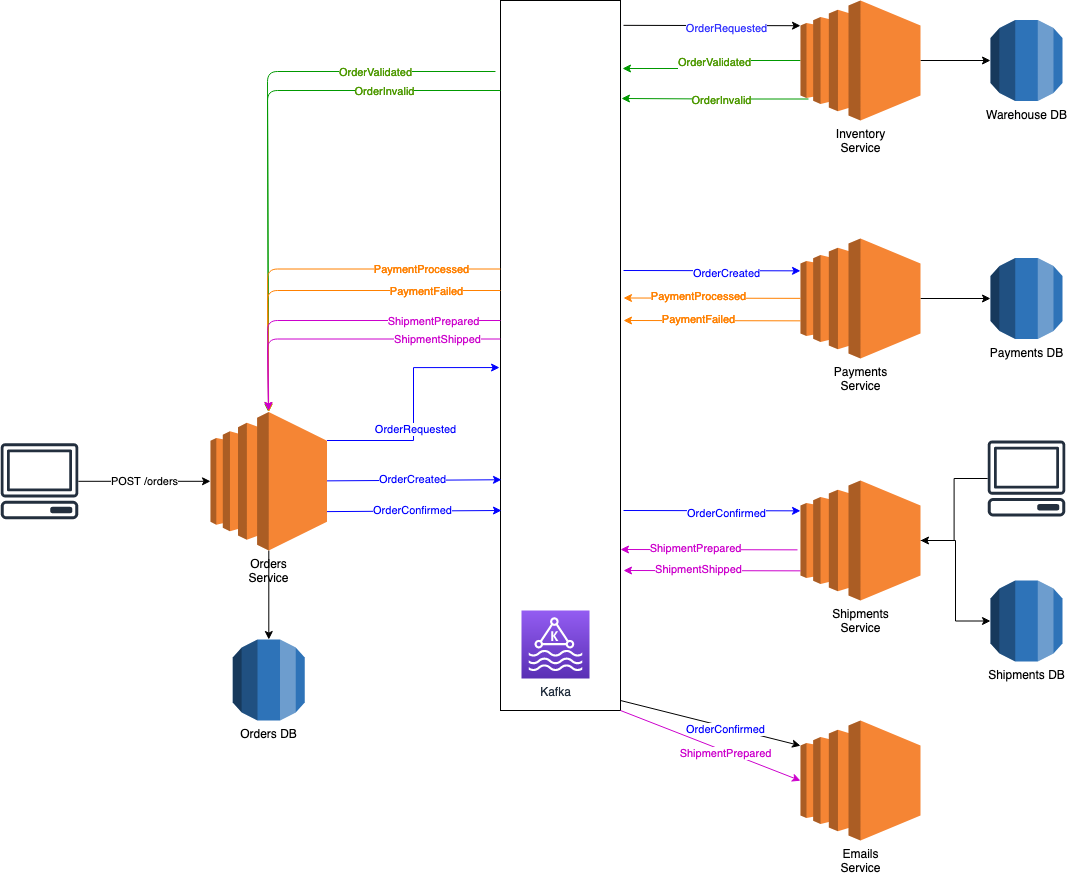
This is v1/ArchitectureFlow.png from arconsis/Eshop-EDA, a draw.io export, as it was before one commit. Source tidied: cells renumbered, new cells last; positions are measured from the earlier drawing's top-left corner, leaving out a move shared by most shapes.
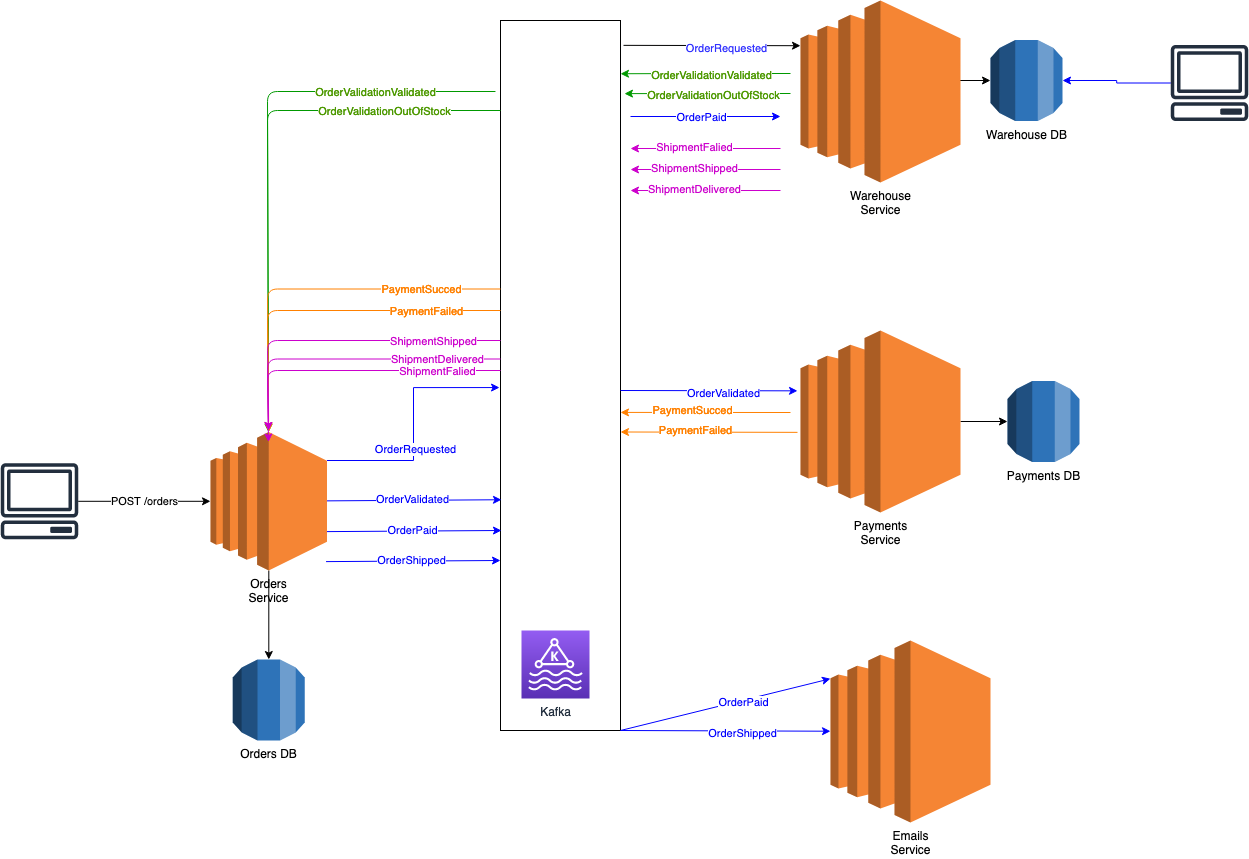
The same file after the commit.

Commit message:
EDA-0: improve uml diagram for v1

What changed in the source:
```diff
@@ -36,16 +36,7 @@
     </mxCell>
-    <mxCell id="11" style="edgeStyle=orthogonalEdgeStyle;rounded=0;jettySize=auto;html=1;" parent="1" edge="1" source="14" target="15">
-      <mxGeometry relative="1" as="geometry" />
+    <mxCell id="11" style="edgeStyle=orthogonalEdgeStyle;rounded=0;jettySize=auto;html=1;" parent="1" edge="1" target="15">
+      <mxGeometry relative="1" as="geometry">
+        <mxPoint x="920" y="60" as="sourcePoint" />
+      </mxGeometry>
     </mxCell>
-    <mxCell id="12" style="edgeStyle=orthogonalEdgeStyle;rounded=0;jettySize=auto;html=1;strokeColor=#009900;" parent="1" edge="1" source="14">
-      <mxGeometry relative="1" as="geometry">
-        <mxPoint x="622" y="68" as="targetPoint" />
-      </mxGeometry>
-    </mxCell>
-    <mxCell id="13" value="&lt;font color=&quot;#4D9900&quot;&gt;OrderValidated&lt;/font&gt;" style="edgeLabel;html=1;align=center;verticalAlign=middle;" parent="12" vertex="1">
-      <mxGeometry x="-0.06" y="1" relative="1" as="geometry" />
-    </mxCell>
-    <mxCell id="14" value="Inventory&lt;br&gt;Service" style="outlineConnect=0;dashed=0;verticalLabelPosition=bottom;verticalAlign=top;align=center;html=1;shape=mxgraph.aws3.ec2;fillColor=#F58534;gradientColor=none;" parent="1" vertex="1">
-      <mxGeometry x="800" width="120" height="120" as="geometry" />
-    </mxCell>
     <mxCell id="15" value="&lt;div&gt;Warehouse DB&lt;br&gt;&lt;/div&gt;&lt;div&gt;&lt;br&gt;&lt;/div&gt;" style="outlineConnect=0;dashed=0;verticalLabelPosition=bottom;verticalAlign=top;align=center;html=1;shape=mxgraph.aws3.rds;fillColor=#2E73B8;gradientColor=none;" parent="1" vertex="1">
@@ -53,4 +44,6 @@
     </mxCell>
-    <mxCell id="16" style="endArrow=classic;html=1;entryX=0;entryY=0.21;entryDx=0;entryDy=0;entryPerimeter=0;exitX=1.025;exitY=0.035;exitDx=0;exitDy=0;exitPerimeter=0;" parent="1" edge="1" source="4" target="14">
-      <mxGeometry relative="1" as="geometry" />
+    <mxCell id="16" style="endArrow=classic;html=1;entryX=0;entryY=0.21;entryDx=0;entryDy=0;entryPerimeter=0;exitX=1.025;exitY=0.035;exitDx=0;exitDy=0;exitPerimeter=0;" parent="1" edge="1" source="4">
+      <mxGeometry relative="1" as="geometry">
+        <mxPoint x="800" y="25.2" as="targetPoint" />
+      </mxGeometry>
     </mxCell>
@@ -59,8 +52,12 @@
     </mxCell>
-    <mxCell id="18" style="edgeStyle=orthogonalEdgeStyle;rounded=0;jettySize=auto;html=1;entryX=1.008;entryY=0.138;entryDx=0;entryDy=0;entryPerimeter=0;strokeColor=#009900;" parent="1" edge="1" target="4">
+    <mxCell id="18" style="edgeStyle=orthogonalEdgeStyle;rounded=0;jettySize=auto;html=1;entryX=1.033;entryY=0.103;entryDx=0;entryDy=0;entryPerimeter=0;strokeColor=#009900;" parent="1" edge="1" target="4">
       <mxGeometry relative="1" as="geometry">
-        <mxPoint x="808" y="98.5" as="sourcePoint" />
+        <mxPoint x="790" y="73" as="sourcePoint" />
+        <Array as="points">
+          <mxPoint x="760" y="73" />
+          <mxPoint x="760" y="73" />
+        </Array>
       </mxGeometry>
     </mxCell>
-    <mxCell id="19" value="&lt;font color=&quot;#4D9900&quot;&gt;OrderInvalid&lt;/font&gt;" style="edgeLabel;html=1;align=center;verticalAlign=middle;" parent="18" vertex="1">
+    <mxCell id="19" value="&lt;font color=&quot;#4D9900&quot;&gt;OrderValidationOutOfStock&lt;/font&gt;" style="edgeLabel;html=1;align=center;verticalAlign=middle;" parent="18" vertex="1">
       <mxGeometry x="-0.06" y="1" relative="1" as="geometry" />
@@ -74,3 +71,3 @@
     </mxCell>
-    <mxCell id="21" value="&lt;div&gt;&lt;font color=&quot;#4D9900&quot;&gt;OrderValidated&lt;br&gt;&lt;/font&gt;&lt;/div&gt;&lt;div&gt;&lt;/div&gt;" style="edgeLabel;html=1;align=center;verticalAlign=middle;" parent="20" vertex="1">
+    <mxCell id="21" value="&lt;font color=&quot;#4D9900&quot;&gt;OrderValidationValidated&lt;/font&gt;" style="edgeLabel;html=1;align=center;verticalAlign=middle;" parent="20" vertex="1">
       <mxGeometry x="-0.58" relative="1" as="geometry" />
@@ -85,3 +82,3 @@
     </mxCell>
-    <mxCell id="23" value="&lt;div&gt;&lt;font color=&quot;#4D9900&quot;&gt;OrderInvalid&lt;/font&gt;&lt;br&gt;&lt;/div&gt;&lt;div&gt;&lt;/div&gt;" style="edgeLabel;html=1;align=center;verticalAlign=middle;" parent="22" vertex="1">
+    <mxCell id="23" value="&lt;font color=&quot;#4D9900&quot;&gt;OrderValidationOutOfStock&lt;/font&gt;" style="edgeLabel;html=1;align=center;verticalAlign=middle;" parent="22" vertex="1">
       <mxGeometry x="-0.58" relative="1" as="geometry" />
@@ -92,13 +89,4 @@
     <mxCell id="25" value="Payments&lt;br&gt;Service" style="outlineConnect=0;dashed=0;verticalLabelPosition=bottom;verticalAlign=top;align=center;html=1;shape=mxgraph.aws3.ec2;fillColor=#F58534;gradientColor=none;" parent="1" vertex="1">
-      <mxGeometry x="800" y="238" width="120" height="120" as="geometry" />
+      <mxGeometry x="800" y="310" width="160" height="182" as="geometry" />
     </mxCell>
-    <mxCell id="26" style="edgeStyle=orthogonalEdgeStyle;rounded=0;jettySize=auto;html=1;" parent="1" edge="1" source="27" target="44">
-      <mxGeometry relative="1" as="geometry" />
-    </mxCell>
-    <mxCell id="27" value="Shipments&lt;br&gt;&lt;div&gt;Service&lt;/div&gt;&lt;div&gt;&lt;br&gt;&lt;/div&gt;" style="outlineConnect=0;dashed=0;verticalLabelPosition=bottom;verticalAlign=top;align=center;html=1;shape=mxgraph.aws3.ec2;fillColor=#F58534;gradientColor=none;" parent="1" vertex="1">
-      <mxGeometry x="800" y="480" width="120" height="120" as="geometry" />
-    </mxCell>
-    <mxCell id="28" value="Emails&lt;br&gt;Service" style="outlineConnect=0;dashed=0;verticalLabelPosition=bottom;verticalAlign=top;align=center;html=1;shape=mxgraph.aws3.ec2;fillColor=#F58534;gradientColor=none;" parent="1" vertex="1">
-      <mxGeometry x="800" y="720" width="120" height="120" as="geometry" />
-    </mxCell>
     <mxCell id="29" style="endArrow=classic;html=1;entryX=0.008;entryY=0.675;entryDx=0;entryDy=0;entryPerimeter=0;strokeColor=#0000FF;" parent="1" edge="1" source="9" target="4">
@@ -106,3 +94,3 @@
     </mxCell>
-    <mxCell id="30" value="&lt;font color=&quot;#0000FF&quot;&gt;OrderCreated&lt;/font&gt;" style="edgeLabel;html=1;align=center;verticalAlign=middle;" parent="29" vertex="1">
+    <mxCell id="30" value="&lt;font color=&quot;#0000FF&quot;&gt;OrderValidated&lt;/font&gt;" style="edgeLabel;html=1;align=center;verticalAlign=middle;" parent="29" vertex="1">
       <mxGeometry x="-0.03" y="1" relative="1" as="geometry" />
@@ -111,16 +99,15 @@
       <mxGeometry relative="1" as="geometry">
-        <mxPoint x="623" y="270" as="sourcePoint" />
-        <mxPoint x="800" y="270.4" as="targetPoint" />
+        <mxPoint x="620" y="370" as="sourcePoint" />
+        <mxPoint x="797" y="370.4" as="targetPoint" />
       </mxGeometry>
     </mxCell>
-    <mxCell id="32" value="&lt;font color=&quot;#0000FF&quot;&gt;OrderCreated&lt;/font&gt;" style="edgeLabel;html=1;align=center;verticalAlign=middle;" parent="31" vertex="1">
+    <mxCell id="32" value="&lt;font color=&quot;#0000FF&quot;&gt;OrderValidated&lt;/font&gt;" style="edgeLabel;html=1;align=center;verticalAlign=middle;" parent="31" vertex="1">
       <mxGeometry x="0.17" y="-2" relative="1" as="geometry" />
     </mxCell>
-    <mxCell id="33" style="endArrow=classic;html=1;entryX=0;entryY=0.21;entryDx=0;entryDy=0;entryPerimeter=0;exitX=1.025;exitY=0.035;exitDx=0;exitDy=0;exitPerimeter=0;strokeColor=#FF8000;" parent="1" edge="1">
+    <mxCell id="33" style="endArrow=classic;html=1;entryX=1;entryY=0.552;entryDx=0;entryDy=0;entryPerimeter=0;strokeColor=#FF8000;" parent="1" edge="1" target="4">
       <mxGeometry relative="1" as="geometry">
-        <mxPoint x="800" y="297.9" as="sourcePoint" />
-        <mxPoint x="623" y="297.5" as="targetPoint" />
+        <mxPoint x="790" y="392" as="sourcePoint" />
       </mxGeometry>
     </mxCell>
-    <mxCell id="34" value="&lt;font color=&quot;#FF8000&quot;&gt;PaymentProcessed&lt;/font&gt;" style="edgeLabel;html=1;align=center;verticalAlign=middle;" parent="33" vertex="1">
+    <mxCell id="34" value="&lt;font color=&quot;#FF8000&quot;&gt;PaymentSucced&lt;/font&gt;" style="edgeLabel;html=1;align=center;verticalAlign=middle;" parent="33" vertex="1">
       <mxGeometry x="0.17" y="-2" relative="1" as="geometry" />
@@ -129,4 +116,4 @@
       <mxGeometry relative="1" as="geometry">
-        <mxPoint x="800" y="320.4" as="sourcePoint" />
-        <mxPoint x="623" y="320" as="targetPoint" />
+        <mxPoint x="797" y="411.9" as="sourcePoint" />
+        <mxPoint x="620" y="411.5" as="targetPoint" />
       </mxGeometry>
@@ -144,3 +131,3 @@
     </mxCell>
-    <mxCell id="38" value="&lt;font color=&quot;#FF8000&quot;&gt;PaymentProcessed&lt;/font&gt;" style="edgeLabel;html=1;align=center;verticalAlign=middle;" parent="37" vertex="1">
+    <mxCell id="38" value="&lt;font color=&quot;#FF8000&quot;&gt;PaymentSucced&lt;/font&gt;" style="edgeLabel;html=1;align=center;verticalAlign=middle;" parent="37" vertex="1">
       <mxGeometry x="-0.58" relative="1" as="geometry" />
@@ -165,3 +152,3 @@
     </mxCell>
-    <mxCell id="42" value="&lt;font color=&quot;#0000FF&quot;&gt;OrderConfirmed&lt;/font&gt;" style="edgeLabel;html=1;align=center;verticalAlign=middle;" parent="41" vertex="1">
+    <mxCell id="42" value="&lt;font color=&quot;#0000FF&quot;&gt;OrderPaid&lt;/font&gt;" style="edgeLabel;html=1;align=center;verticalAlign=middle;" parent="41" vertex="1">
       <mxGeometry x="-0.03" y="1" relative="1" as="geometry" />
@@ -169,31 +156,33 @@
     <mxCell id="43" value="Payments DB" style="outlineConnect=0;dashed=0;verticalLabelPosition=bottom;verticalAlign=top;align=center;html=1;shape=mxgraph.aws3.rds;fillColor=#2E73B8;gradientColor=none;" parent="1" vertex="1">
-      <mxGeometry x="990" y="257.5" width="72" height="81" as="geometry" />
+      <mxGeometry x="1007" y="360.5" width="72" height="81" as="geometry" />
     </mxCell>
-    <mxCell id="44" value="Shipments DB" style="outlineConnect=0;dashed=0;verticalLabelPosition=bottom;verticalAlign=top;align=center;html=1;shape=mxgraph.aws3.rds;fillColor=#2E73B8;gradientColor=none;" parent="1" vertex="1">
-      <mxGeometry x="990" y="580" width="72" height="81" as="geometry" />
-    </mxCell>
-    <mxCell id="45" style="endArrow=classic;html=1;entryX=0;entryY=0.21;entryDx=0;entryDy=0;entryPerimeter=0;exitX=1.025;exitY=0.035;exitDx=0;exitDy=0;exitPerimeter=0;strokeColor=#0000FF;" parent="1" edge="1">
+    <mxCell id="45" style="endArrow=classic;html=1;strokeColor=#0000FF;" parent="1" edge="1">
       <mxGeometry relative="1" as="geometry">
-        <mxPoint x="623" y="510" as="sourcePoint" />
-        <mxPoint x="800" y="510.4" as="targetPoint" />
+        <mxPoint x="630" y="96" as="sourcePoint" />
+        <mxPoint x="780" y="96" as="targetPoint" />
+        <Array as="points">
+          <mxPoint x="710" y="96" />
+        </Array>
       </mxGeometry>
     </mxCell>
-    <mxCell id="46" value="&lt;font color=&quot;#0000FF&quot;&gt;OrderConfirmed&lt;/font&gt;" style="edgeLabel;html=1;align=center;verticalAlign=middle;" parent="45" vertex="1">
-      <mxGeometry x="0.17" y="-2" relative="1" as="geometry" />
+    <mxCell id="46" value="&lt;font color=&quot;#0000FF&quot;&gt;OrderPaid&lt;/font&gt;" style="edgeLabel;html=1;align=center;verticalAlign=middle;" parent="45" vertex="1">
+      <mxGeometry x="0.17" y="-2" relative="1" as="geometry">
+        <mxPoint x="-17" y="-2" as="offset" />
+      </mxGeometry>
     </mxCell>
-    <mxCell id="47" style="endArrow=classic;html=1;entryX=0;entryY=0.21;entryDx=0;entryDy=0;entryPerimeter=0;exitX=1.025;exitY=0.035;exitDx=0;exitDy=0;exitPerimeter=0;" parent="1" edge="1" target="28">
+    <mxCell id="47" style="endArrow=classic;html=1;entryX=0;entryY=0.21;entryDx=0;entryDy=0;entryPerimeter=0;exitX=1.025;exitY=0.035;exitDx=0;exitDy=0;exitPerimeter=0;strokeColor=#0000FF;" parent="1" edge="1" target="28">
       <mxGeometry relative="1" as="geometry">
-        <mxPoint x="620" y="700" as="sourcePoint" />
+        <mxPoint x="620" y="710" as="sourcePoint" />
       </mxGeometry>
     </mxCell>
-    <mxCell id="48" value="&lt;font color=&quot;#0000FF&quot;&gt;OrderConfirmed&lt;/font&gt;" style="edgeLabel;html=1;align=center;verticalAlign=middle;" parent="47" vertex="1">
+    <mxCell id="48" value="&lt;font color=&quot;#0000FF&quot;&gt;OrderPaid&lt;/font&gt;" style="edgeLabel;html=1;align=center;verticalAlign=middle;" parent="47" vertex="1">
       <mxGeometry x="0.17" y="-2" relative="1" as="geometry" />
     </mxCell>
-    <mxCell id="49" style="endArrow=classic;html=1;entryX=0;entryY=0.21;entryDx=0;entryDy=0;entryPerimeter=0;exitX=1.025;exitY=0.035;exitDx=0;exitDy=0;exitPerimeter=0;strokeColor=#CC00CC;" parent="1" edge="1">
+    <mxCell id="49" style="endArrow=classic;html=1;strokeColor=#CC00CC;" parent="1" edge="1">
       <mxGeometry relative="1" as="geometry">
-        <mxPoint x="797" y="549.4" as="sourcePoint" />
-        <mxPoint x="620" y="549" as="targetPoint" />
+        <mxPoint x="780" y="128" as="sourcePoint" />
+        <mxPoint x="630" y="128" as="targetPoint" />
       </mxGeometry>
     </mxCell>
-    <mxCell id="50" value="&lt;font color=&quot;#CC00CC&quot;&gt;ShipmentPrepared&lt;/font&gt;" style="edgeLabel;html=1;align=center;verticalAlign=middle;" parent="49" vertex="1">
+    <mxCell id="50" value="&lt;div&gt;&lt;font color=&quot;#CC00CC&quot;&gt;ShipmentFalied&lt;/font&gt;&lt;/div&gt;" style="edgeLabel;html=1;align=center;verticalAlign=middle;" parent="49" vertex="1">
       <mxGeometry x="0.17" y="-2" relative="1" as="geometry" />
@@ -209,17 +198,15 @@
     </mxCell>
-    <mxCell id="52" value="&lt;font color=&quot;#CC00CC&quot;&gt;ShipmentPrepared&lt;/font&gt;" style="edgeLabel;html=1;align=center;verticalAlign=middle;" parent="51" vertex="1">
+    <mxCell id="52" value="&lt;font color=&quot;#CC00CC&quot;&gt;ShipmentShipped&lt;/font&gt;" style="edgeLabel;html=1;align=center;verticalAlign=middle;" parent="51" vertex="1">
       <mxGeometry x="-0.58" relative="1" as="geometry" />
     </mxCell>
-    <mxCell id="53" style="endArrow=classic;html=1;entryX=0;entryY=0.21;entryDx=0;entryDy=0;entryPerimeter=0;exitX=1;exitY=1;exitDx=0;exitDy=0;strokeColor=#CC00CC;" parent="1" edge="1" source="4">
-      <mxGeometry relative="1" as="geometry">
-        <mxPoint x="800" y="780.2" as="targetPoint" />
-      </mxGeometry>
+    <mxCell id="53" style="endArrow=classic;html=1;exitX=1;exitY=1;exitDx=0;exitDy=0;strokeColor=#0000FF;" parent="1" edge="1" source="4" target="28">
+      <mxGeometry relative="1" as="geometry" />
     </mxCell>
-    <mxCell id="54" value="&lt;font color=&quot;#CC00CC&quot;&gt;ShipmentPrepared&lt;/font&gt;" style="edgeLabel;html=1;align=center;verticalAlign=middle;" parent="53" vertex="1">
+    <mxCell id="54" value="&lt;font color=&quot;#0000FF&quot;&gt;OrderShipped&lt;/font&gt;" style="edgeLabel;html=1;align=center;verticalAlign=middle;" parent="53" vertex="1">
       <mxGeometry x="0.17" y="-2" relative="1" as="geometry" />
     </mxCell>
-    <mxCell id="55" style="endArrow=classic;html=1;entryX=0;entryY=0.21;entryDx=0;entryDy=0;entryPerimeter=0;exitX=1.025;exitY=0.035;exitDx=0;exitDy=0;exitPerimeter=0;strokeColor=#CC00CC;" parent="1" edge="1">
+    <mxCell id="55" style="endArrow=classic;html=1;strokeColor=#CC00CC;" parent="1" edge="1">
       <mxGeometry relative="1" as="geometry">
-        <mxPoint x="800" y="570.4" as="sourcePoint" />
-        <mxPoint x="623" y="570" as="targetPoint" />
+        <mxPoint x="780" y="149" as="sourcePoint" />
+        <mxPoint x="630" y="149" as="targetPoint" />
       </mxGeometry>
@@ -238,10 +225,10 @@
     </mxCell>
-    <mxCell id="58" value="&lt;font color=&quot;#CC00CC&quot;&gt;ShipmentShipped&lt;/font&gt;" style="edgeLabel;html=1;align=center;verticalAlign=middle;" parent="57" vertex="1">
+    <mxCell id="58" value="&lt;font color=&quot;#CC00CC&quot;&gt;ShipmentDelivered&lt;/font&gt;" style="edgeLabel;html=1;align=center;verticalAlign=middle;" parent="57" vertex="1">
       <mxGeometry x="-0.58" relative="1" as="geometry" />
     </mxCell>
-    <mxCell id="59" style="edgeStyle=orthogonalEdgeStyle;rounded=0;jettySize=auto;html=1;" parent="1" edge="1" source="60" target="27">
-      <mxGeometry relative="1" as="geometry" />
-    </mxCell>
+    <mxCell id="62" style="edgeStyle=orthogonalEdgeStyle;rounded=0;jettySize=auto;html=1;strokeColor=#0000FF;" parent="1" edge="1" source="60" target="15">
+      <mxGeometry relative="1" as="geometry" />
+    </mxCell>
     <mxCell id="60" style="outlineConnect=0;fontColor=#232F3E;gradientColor=none;fillColor=#232F3E;strokeColor=none;dashed=0;verticalLabelPosition=bottom;verticalAlign=top;align=center;html=1;fontSize=12;fontStyle=0;shape=mxgraph.aws4.client;" parent="1" vertex="1">
-      <mxGeometry x="987" y="440" width="78" height="76" as="geometry" />
+      <mxGeometry x="1170" y="24.5" width="78" height="76" as="geometry" />
     </mxCell>
@@ -250,2 +237,46 @@
     </mxCell>
+    <mxCell id="28" value="Emails&lt;br&gt;Service" style="outlineConnect=0;dashed=0;verticalLabelPosition=bottom;verticalAlign=top;align=center;html=1;shape=mxgraph.aws3.ec2;fillColor=#F58534;gradientColor=none;" parent="1" vertex="1">
+      <mxGeometry x="830" y="620" width="160" height="182" as="geometry" />
+    </mxCell>
+    <mxCell id="63" value="Warehouse&lt;br&gt;Service" style="dashed=0;verticalLabelPosition=bottom;verticalAlign=top;align=center;html=1;shape=mxgraph.aws3.ec2;fillColor=#F58534;gradientColor=none;" parent="1" vertex="1">
+      <mxGeometry x="800" y="-20" width="160" height="182" as="geometry" />
+    </mxCell>
+    <mxCell id="64" style="edgeStyle=orthogonalEdgeStyle;rounded=0;jettySize=auto;html=1;strokeColor=#009900;entryX=1;entryY=0.075;entryDx=0;entryDy=0;entryPerimeter=0;" parent="1" edge="1" target="4">
+      <mxGeometry relative="1" as="geometry">
+        <mxPoint x="790" y="53" as="sourcePoint" />
+      </mxGeometry>
+    </mxCell>
+    <mxCell id="65" value="&lt;font color=&quot;#4D9900&quot;&gt;OrderValidationValidated&lt;/font&gt;" style="edgeLabel;html=1;align=center;verticalAlign=middle;" parent="64" vertex="1">
+      <mxGeometry x="-0.06" y="1" relative="1" as="geometry" />
+    </mxCell>
+    <mxCell id="66" style="endArrow=classic;html=1;strokeColor=#CC00CC;" parent="1" edge="1">
+      <mxGeometry relative="1" as="geometry">
+        <mxPoint x="780" y="170" as="sourcePoint" />
+        <mxPoint x="630" y="170" as="targetPoint" />
+      </mxGeometry>
+    </mxCell>
+    <mxCell id="67" value="&lt;font color=&quot;#CC00CC&quot;&gt;ShipmentDelivered&lt;/font&gt;" style="edgeLabel;html=1;align=center;verticalAlign=middle;" parent="66" vertex="1">
+      <mxGeometry x="0.17" y="-2" relative="1" as="geometry" />
+    </mxCell>
+    <mxCell id="68" style="endArrow=classic;html=1;exitX=-0.042;exitY=0.1;exitDx=0;exitDy=0;exitPerimeter=0;strokeColor=#CC00CC;" parent="1" edge="1">
+      <mxGeometry relative="1" as="geometry">
+        <mxPoint x="500" y="350" as="sourcePoint" />
+        <mxPoint x="268" y="421.5" as="targetPoint" />
+        <Array as="points">
+          <mxPoint x="267" y="350" />
+        </Array>
+      </mxGeometry>
+    </mxCell>
+    <mxCell id="69" value="&lt;div&gt;&lt;font color=&quot;#CC00CC&quot;&gt;ShipmentFalied&lt;/font&gt;&lt;/div&gt;" style="edgeLabel;html=1;align=center;verticalAlign=middle;" parent="68" vertex="1">
+      <mxGeometry x="-0.58" relative="1" as="geometry" />
+    </mxCell>
+    <mxCell id="70" style="endArrow=classic;html=1;entryX=0.008;entryY=0.675;entryDx=0;entryDy=0;entryPerimeter=0;strokeColor=#0000FF;" parent="1" edge="1">
+      <mxGeometry relative="1" as="geometry">
+        <mxPoint x="325.5" y="541.1" as="sourcePoint" />
+        <mxPoint x="500" y="540" as="targetPoint" />
+      </mxGeometry>
+    </mxCell>
+    <mxCell id="71" value="&lt;font color=&quot;#0000FF&quot;&gt;OrderShipped&lt;/font&gt;" style="edgeLabel;html=1;align=center;verticalAlign=middle;" parent="70" vertex="1">
+      <mxGeometry x="-0.03" y="1" relative="1" as="geometry" />
+    </mxCell>
   </root>
```
